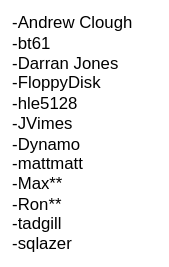
This is donors.drawio.svg from SmoothWAN/SmoothWAN-misc, a draw.io export, as it was before one commit. Source tidied: cells renumbered, new cells last; positions are measured from the earlier drawing's top-left corner, leaving out a move shared by most shapes.
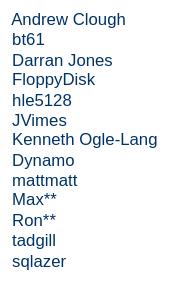
Later version of the same file.

Change to the diagram source:
```diff
@@ -2,8 +2,8 @@
   <root>
     <mxCell id="0" />
     <mxCell id="1" parent="0" />
-    <mxCell id="2" value="&lt;div&gt;&amp;nbsp; -Andrew Clough&lt;/div&gt;&lt;div&gt;&amp;nbsp; -bt61&lt;/div&gt;&lt;div&gt;&amp;nbsp; -Darran Jones&amp;nbsp;&lt;/div&gt;&lt;div&gt;&amp;nbsp; -FloppyDisk&lt;/div&gt;&lt;div&gt;&amp;nbsp; -hle5128&lt;/div&gt;&lt;div&gt;&amp;nbsp; -JVimes&lt;/div&gt;&lt;div&gt;&amp;nbsp; -Dynamo&lt;/div&gt;&lt;div&gt;&amp;nbsp; -mattmatt&lt;/div&gt;&lt;div&gt;&amp;nbsp; -Max**&lt;/div&gt;&lt;div&gt;&amp;nbsp; -Ron**&lt;/div&gt;&lt;div&gt;&amp;nbsp; -tadgill&lt;/div&gt;&lt;div&gt;&amp;nbsp; -sqlazer&lt;/div&gt;" style="text;html=1;align=left;verticalAlign=middle;strokeColor=none;fillColor=none;" parent="1" vertex="1">
-      <mxGeometry width="120" height="190" as="geometry" />
+    <mxCell id="2" value="&lt;div&gt;&lt;font color=&quot;#003366&quot;&gt;&amp;nbsp; Andrew Clough&lt;/font&gt;&lt;/div&gt;&lt;div&gt;&lt;font color=&quot;#003366&quot;&gt;&amp;nbsp; bt61&lt;/font&gt;&lt;/div&gt;&lt;div&gt;&lt;font color=&quot;#003366&quot;&gt;&amp;nbsp; Darran Jones&amp;nbsp;&lt;/font&gt;&lt;/div&gt;&lt;div&gt;&lt;font color=&quot;#003366&quot;&gt;&amp;nbsp; FloppyDisk&lt;/font&gt;&lt;/div&gt;&lt;div&gt;&lt;font color=&quot;#003366&quot;&gt;&amp;nbsp; hle5128&lt;/font&gt;&lt;/div&gt;&lt;div&gt;&lt;font color=&quot;#003366&quot;&gt;&amp;nbsp; JVimes&lt;/font&gt;&lt;/div&gt;&lt;div&gt;&lt;font color=&quot;#003366&quot;&gt;&amp;nbsp; Kenneth Ogle-Lang&lt;/font&gt;&lt;/div&gt;&lt;div&gt;&lt;font color=&quot;#003366&quot;&gt;&amp;nbsp; Dynamo&lt;/font&gt;&lt;/div&gt;&lt;div&gt;&lt;font color=&quot;#003366&quot;&gt;&amp;nbsp; mattmatt&lt;/font&gt;&lt;/div&gt;&lt;div&gt;&lt;font color=&quot;#003366&quot;&gt;&amp;nbsp; Max**&lt;/font&gt;&lt;/div&gt;&lt;div&gt;&lt;font color=&quot;#003366&quot;&gt;&amp;nbsp; Ron**&lt;/font&gt;&lt;/div&gt;&lt;div&gt;&lt;font color=&quot;#003366&quot;&gt;&amp;nbsp; tadgill&lt;/font&gt;&lt;/div&gt;&lt;div&gt;&lt;font color=&quot;#003366&quot;&gt;&amp;nbsp; sqlazer&lt;/font&gt;&lt;/div&gt;" style="text;html=1;align=left;verticalAlign=middle;strokeColor=none;fillColor=none;" parent="1" vertex="1">
+      <mxGeometry width="130" height="200" as="geometry" />
     </mxCell>
   </root>
 </mxGraphModel>
```
